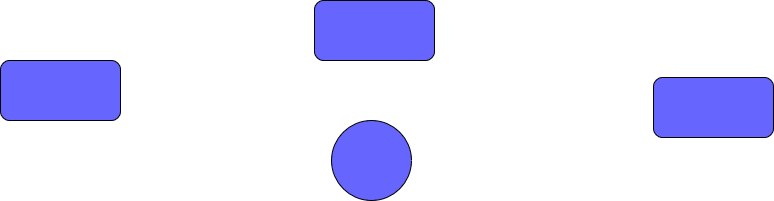
Earlier version of the draw.io export JAVA/test.drawio.png (acttq/draw). Source tidied: cells renumbered, new cells last; positions are measured from the earlier drawing's top-left corner, leaving out a move shared by most shapes.
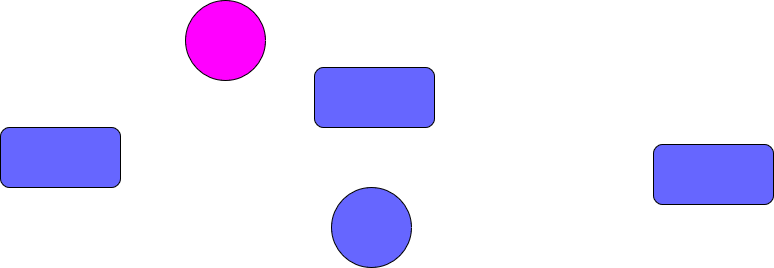
The same file after the commit.

Change to the diagram source:
```diff
@@ -14,5 +14,8 @@
     <mxCell id="5" style="ellipse;whiteSpace=wrap;html=1;fillColor=#6666FF;" parent="1" vertex="1">
       <mxGeometry x="331" y="120" width="80" height="80" as="geometry" />
     </mxCell>
+    <mxCell id="6" style="ellipse;whiteSpace=wrap;html=1;fillColor=#FF00FF;" parent="1" vertex="1">
+      <mxGeometry x="185" y="-67" width="80" height="80" as="geometry" />
+    </mxCell>
   </root>
 </mxGraphModel>
```
